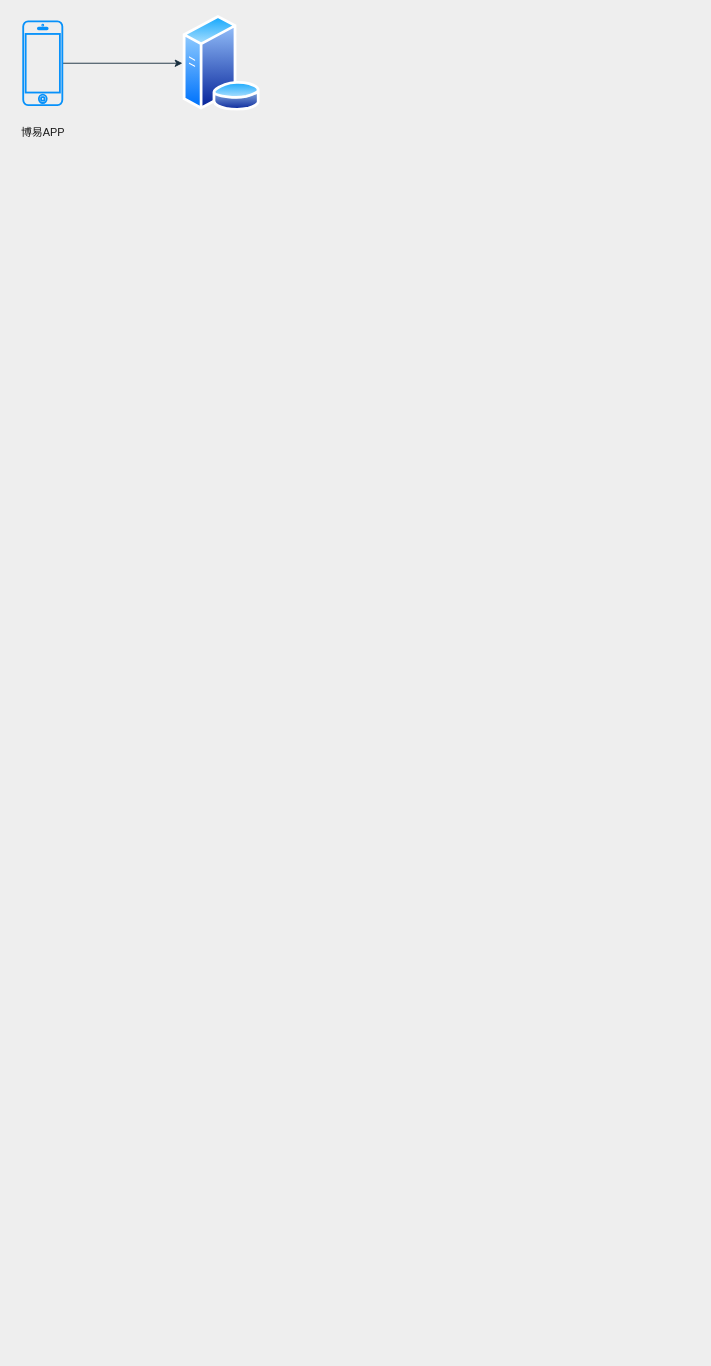
The draw.io diagram 资管原理图.drawio in ammengke/my-drawio, before the edit. Source tidied: cells renumbered, new cells numbered last; positions are measured from the earlier drawing's top-left corner, leaving out a move shared by most shapes. Both pictures are drawn from the tidied source at 91%, with x=0, y=0 at pixel (15, 15).
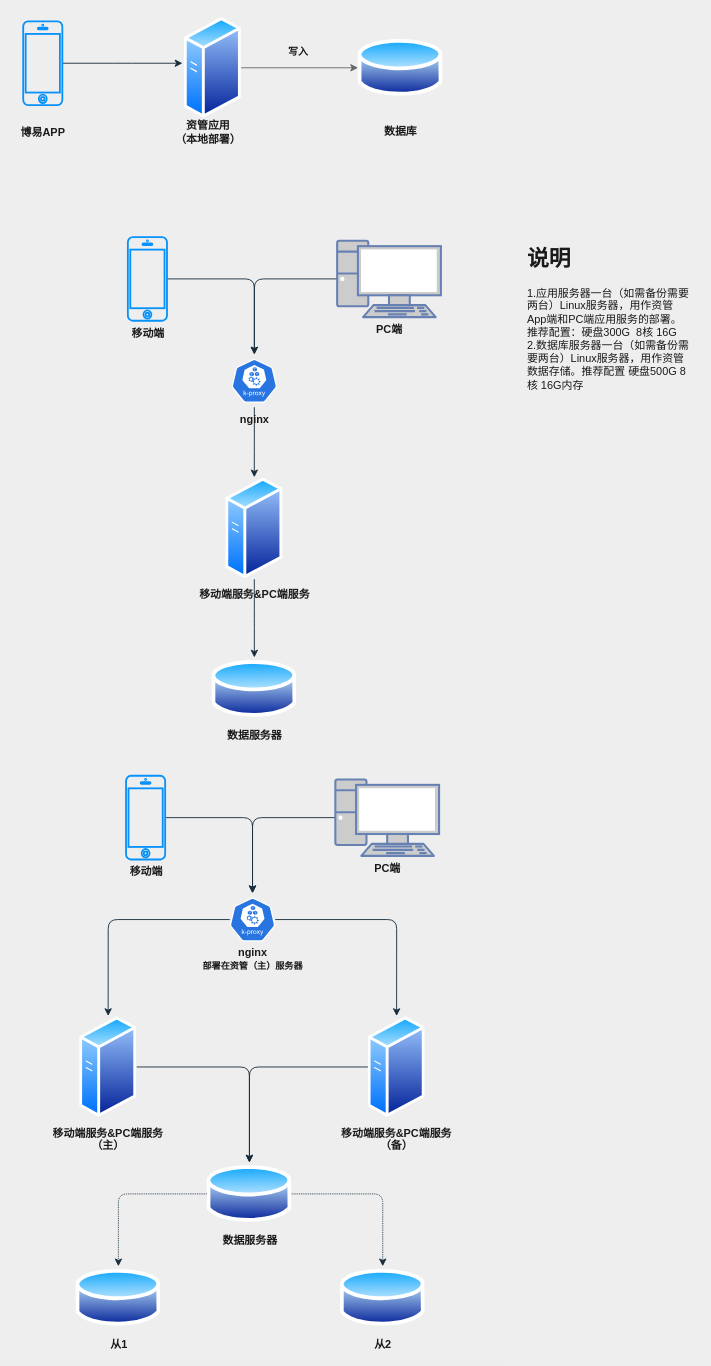
After the change.

Commit message (it also covers changes not shown here):
更新资管原理图.drawio

What changed in the source:
```diff
@@
-    <mxCell id="2" style="edgeStyle=orthogonalEdgeStyle;curved=0;rounded=1;sketch=0;jettySize=auto;html=1;fontColor=#1A1A1A;strokeColor=#182E3E;" parent="1" edge="1" source="3" target="5">
-      <mxGeometry relative="1" as="geometry" />
+    <mxCell id="2" style="edgeStyle=orthogonalEdgeStyle;curved=0;rounded=1;sketch=0;jettySize=auto;html=1;fontColor=#1A1A1A;strokeColor=#182E3E;fontStyle=1;" parent="1" edge="1" source="3">
+      <mxGeometry relative="1" as="geometry">
+        <mxPoint x="183" y="53" as="targetPoint" />
+      </mxGeometry>
     </mxCell>
-    <mxCell id="3" style="html=1;verticalLabelPosition=bottom;labelBackgroundColor=#ffffff;verticalAlign=top;shadow=0;dashed=0;strokeWidth=2;shape=mxgraph.ios7.misc.iphone;strokeColor=#0791FA;rounded=0;sketch=0;fontColor=#1A1A1A;fillColor=none;" parent="1" vertex="1">
+    <mxCell id="3" style="html=1;verticalLabelPosition=bottom;labelBackgroundColor=#ffffff;verticalAlign=top;shadow=0;dashed=0;strokeWidth=2;shape=mxgraph.ios7.misc.iphone;strokeColor=#0791FA;rounded=0;sketch=0;fontColor=#1A1A1A;fillColor=none;fontStyle=1;" parent="1" vertex="1">
       <mxGeometry x="8" y="7" width="43" height="92" as="geometry" />
     </mxCell>
-    <mxCell id="4" value="博易APP" style="text;html=1;strokeColor=none;fillColor=none;align=center;verticalAlign=middle;whiteSpace=wrap;rounded=0;sketch=0;fontColor=#1A1A1A;" parent="1" vertex="1">
+    <mxCell id="4" value="博易APP" style="text;html=1;strokeColor=none;fillColor=none;align=center;verticalAlign=middle;whiteSpace=wrap;rounded=0;sketch=0;fontColor=#1A1A1A;fontStyle=1;" parent="1" vertex="1">
       <mxGeometry y="114" width="60" height="30" as="geometry" />
     </mxCell>
-    <mxCell id="5" style="perimeter=ellipsePerimeter;html=1;align=center;shadow=0;dashed=0;spacingTop=3;image;image=img/lib/active_directory/database_server.svg;rounded=0;sketch=0;fontColor=#1A1A1A;strokeColor=#0791FA;strokeWidth=2;fillColor=none;" parent="1" vertex="1">
-      <mxGeometry x="183" y="0.5" width="86.1" height="105" as="geometry" />
-    </mxCell>
+    <mxCell id="6" value="写入" style="edgeStyle=orthogonalEdgeStyle;curved=0;rounded=1;sketch=0;jettySize=auto;html=1;fontColor=#1A1A1A;fillColor=#f5f5f5;strokeColor=#666666;labelBackgroundColor=none;fontStyle=1;" parent="1" edge="1" source="7" target="9">
+      <mxGeometry x="-0.03" y="18" relative="1" as="geometry" />
+    </mxCell>
+    <mxCell id="7" style="perimeter=ellipsePerimeter;html=1;align=center;shadow=0;dashed=0;spacingTop=3;image;image=img/lib/active_directory/generic_server.svg;rounded=0;sketch=0;fontColor=#1A1A1A;strokeColor=#0791FA;strokeWidth=2;fillColor=none;fontStyle=1;" parent="1" vertex="1">
+      <mxGeometry x="185" y="2" width="62.7" height="112" as="geometry" />
+    </mxCell>
+    <mxCell id="8" value="资管应用&lt;br&gt;（本地部署）" style="text;html=1;strokeColor=none;fillColor=none;align=center;verticalAlign=middle;whiteSpace=wrap;rounded=0;sketch=0;fontColor=#1A1A1A;fontStyle=1;" parent="1" vertex="1">
+      <mxGeometry x="166" y="114" width="91" height="29" as="geometry" />
+    </mxCell>
+    <mxCell id="9" style="perimeter=ellipsePerimeter;html=1;align=center;shadow=0;dashed=0;spacingTop=3;image;image=img/lib/active_directory/database.svg;rounded=0;sketch=0;fontColor=#1A1A1A;strokeColor=#0791FA;strokeWidth=2;fillColor=none;fontStyle=1;" parent="1" vertex="1">
+      <mxGeometry x="376" y="23.5" width="93.2" height="69" as="geometry" />
+    </mxCell>
+    <mxCell id="10" value="数据库" style="text;html=1;strokeColor=none;fillColor=none;align=center;verticalAlign=middle;whiteSpace=wrap;rounded=0;sketch=0;fontColor=#1A1A1A;fontStyle=1;" parent="1" vertex="1">
+      <mxGeometry x="393" y="113" width="60" height="30" as="geometry" />
+    </mxCell>
+    <mxCell id="11" style="edgeStyle=orthogonalEdgeStyle;curved=0;rounded=1;sketch=0;jettySize=auto;html=1;labelBackgroundColor=none;fontColor=#1A1A1A;strokeColor=#182E3E;" parent="1" edge="1" source="12" target="19">
+      <mxGeometry relative="1" as="geometry" />
+    </mxCell>
+    <mxCell id="12" value="移动端服务&amp;amp;PC端服务" style="perimeter=ellipsePerimeter;html=1;align=center;shadow=0;dashed=0;spacingTop=3;image;image=img/lib/active_directory/generic_server.svg;rounded=0;sketch=0;fontColor=#1A1A1A;strokeColor=#0791FA;strokeWidth=2;fillColor=none;fontStyle=1;labelBackgroundColor=none;" parent="1" vertex="1">
+      <mxGeometry x="230.6" y="508" width="62.7" height="112" as="geometry" />
+    </mxCell>
+    <mxCell id="13" style="edgeStyle=orthogonalEdgeStyle;curved=0;rounded=1;sketch=0;jettySize=auto;html=1;entryX=0.5;entryY=0;entryDx=0;entryDy=0;entryPerimeter=0;labelBackgroundColor=none;fontColor=#1A1A1A;strokeColor=#182E3E;fontStyle=1;" parent="1" edge="1" source="14" target="18">
+      <mxGeometry relative="1" as="geometry" />
+    </mxCell>
+    <mxCell id="14" value="移动端" style="html=1;verticalLabelPosition=bottom;labelBackgroundColor=none;verticalAlign=top;shadow=0;dashed=0;strokeWidth=2;shape=mxgraph.ios7.misc.iphone;strokeColor=#0791FA;rounded=0;sketch=0;fontColor=#1A1A1A;fillColor=none;fontStyle=1;" parent="1" vertex="1">
+      <mxGeometry x="123" y="244" width="43" height="92" as="geometry" />
+    </mxCell>
+    <mxCell id="15" style="edgeStyle=orthogonalEdgeStyle;curved=0;rounded=1;sketch=0;jettySize=auto;html=1;entryX=0.5;entryY=0;entryDx=0;entryDy=0;entryPerimeter=0;labelBackgroundColor=none;fontColor=#1A1A1A;strokeColor=#182E3E;fontStyle=1;" parent="1" edge="1" source="16" target="18">
+      <mxGeometry relative="1" as="geometry" />
+    </mxCell>
+    <mxCell id="16" value="PC端" style="fontColor=#1A1A1A;verticalAlign=top;verticalLabelPosition=bottom;labelPosition=center;align=center;html=1;outlineConnect=0;fillColor=#CCCCCC;strokeColor=#6881B3;gradientColor=none;gradientDirection=north;strokeWidth=2;shape=mxgraph.networks.pc;rounded=0;sketch=0;fontStyle=1;labelBackgroundColor=none;" parent="1" vertex="1">
+      <mxGeometry x="353" y="248" width="114" height="84" as="geometry" />
+    </mxCell>
+    <mxCell id="17" style="edgeStyle=orthogonalEdgeStyle;curved=0;rounded=1;sketch=0;jettySize=auto;html=1;labelBackgroundColor=none;fontColor=#1A1A1A;strokeColor=#182E3E;fontStyle=1;" parent="1" edge="1" source="18" target="12">
+      <mxGeometry relative="1" as="geometry" />
+    </mxCell>
+    <mxCell id="18" value="&lt;br&gt;&lt;br&gt;&lt;br&gt;&lt;br&gt;&lt;br&gt;&lt;br&gt;nginx" style="sketch=0;html=1;dashed=0;whitespace=wrap;fillColor=#2875E2;strokeColor=#ffffff;points=[[0.005,0.63,0],[0.1,0.2,0],[0.9,0.2,0],[0.5,0,0],[0.995,0.63,0],[0.72,0.99,0],[0.5,1,0],[0.28,0.99,0]];shape=mxgraph.kubernetes.icon;prIcon=k_proxy;rounded=0;fontColor=#1A1A1A;fontStyle=1;labelBackgroundColor=none;" parent="1" vertex="1">
+      <mxGeometry x="237" y="373" width="50" height="58" as="geometry" />
+    </mxCell>
+    <mxCell id="19" value="数据服务器" style="perimeter=ellipsePerimeter;html=1;align=center;shadow=0;dashed=0;spacingTop=3;image;image=img/lib/active_directory/database.svg;rounded=0;sketch=0;fontColor=#1A1A1A;strokeColor=#0791FA;strokeWidth=2;fillColor=none;fontStyle=1;labelBackgroundColor=none;" parent="1" vertex="1">
+      <mxGeometry x="215.4" y="706" width="93.2" height="69" as="geometry" />
+    </mxCell>
+    <mxCell id="20" value="&lt;h1&gt;说明&lt;/h1&gt;&lt;div&gt;1.应用服务器一台（如需备份需要两台）Linux服务器，用作资管App端和PC端应用服务的部署。&lt;/div&gt;&lt;div&gt;推荐配置：硬盘300G&amp;nbsp; 8核 16G&lt;/div&gt;&lt;div&gt;2.数据库服务器一台（如需备份需要两台）Linux服务器，用作资管数据存储。推荐配置 硬盘500G 8核 16G内存&lt;/div&gt;" style="text;html=1;strokeColor=none;fillColor=none;spacing=5;spacingTop=-20;whiteSpace=wrap;overflow=hidden;rounded=0;labelBackgroundColor=none;sketch=0;fontColor=#1A1A1A;" parent="1" vertex="1">
+      <mxGeometry x="557" y="248" width="190" height="194" as="geometry" />
+    </mxCell>
+    <mxCell id="21" style="edgeStyle=orthogonalEdgeStyle;curved=0;rounded=1;sketch=0;jettySize=auto;html=1;labelBackgroundColor=none;fontColor=#1A1A1A;strokeColor=#182E3E;" parent="1" edge="1" source="22" target="32">
+      <mxGeometry relative="1" as="geometry" />
+    </mxCell>
+    <mxCell id="22" value="移动端服务&amp;amp;PC端服务&lt;br&gt;（主）" style="perimeter=ellipsePerimeter;html=1;align=center;shadow=0;dashed=0;spacingTop=3;image;image=img/lib/active_directory/generic_server.svg;rounded=0;sketch=0;fontColor=#1A1A1A;strokeColor=#0791FA;strokeWidth=2;fillColor=none;fontStyle=1;labelBackgroundColor=none;" parent="1" vertex="1">
+      <mxGeometry x="70" y="1100" width="62.7" height="112" as="geometry" />
+    </mxCell>
+    <mxCell id="23" style="edgeStyle=orthogonalEdgeStyle;curved=0;rounded=1;sketch=0;jettySize=auto;html=1;entryX=0.5;entryY=0;entryDx=0;entryDy=0;entryPerimeter=0;labelBackgroundColor=none;fontColor=#1A1A1A;strokeColor=#182E3E;fontStyle=1;" parent="1" edge="1" source="24" target="29">
+      <mxGeometry relative="1" as="geometry" />
+    </mxCell>
+    <mxCell id="24" value="移动端" style="html=1;verticalLabelPosition=bottom;labelBackgroundColor=none;verticalAlign=top;shadow=0;dashed=0;strokeWidth=2;shape=mxgraph.ios7.misc.iphone;strokeColor=#0791FA;rounded=0;sketch=0;fontColor=#1A1A1A;fillColor=none;fontStyle=1;" parent="1" vertex="1">
+      <mxGeometry x="121" y="836" width="43" height="92" as="geometry" />
+    </mxCell>
+    <mxCell id="25" style="edgeStyle=orthogonalEdgeStyle;curved=0;rounded=1;sketch=0;jettySize=auto;html=1;entryX=0.5;entryY=0;entryDx=0;entryDy=0;entryPerimeter=0;labelBackgroundColor=none;fontColor=#1A1A1A;strokeColor=#182E3E;fontStyle=1;" parent="1" edge="1" source="26" target="29">
+      <mxGeometry relative="1" as="geometry" />
+    </mxCell>
+    <mxCell id="26" value="PC端" style="fontColor=#1A1A1A;verticalAlign=top;verticalLabelPosition=bottom;labelPosition=center;align=center;html=1;outlineConnect=0;fillColor=#CCCCCC;strokeColor=#6881B3;gradientColor=none;gradientDirection=north;strokeWidth=2;shape=mxgraph.networks.pc;rounded=0;sketch=0;fontStyle=1;labelBackgroundColor=none;" parent="1" vertex="1">
+      <mxGeometry x="351" y="840" width="114" height="84" as="geometry" />
+    </mxCell>
+    <mxCell id="27" style="edgeStyle=orthogonalEdgeStyle;curved=0;rounded=1;sketch=0;jettySize=auto;html=1;labelBackgroundColor=none;fontColor=#1A1A1A;strokeColor=#182E3E;fontStyle=1;" parent="1" edge="1" source="29" target="22">
+      <mxGeometry relative="1" as="geometry" />
+    </mxCell>
+    <mxCell id="28" style="edgeStyle=orthogonalEdgeStyle;curved=0;rounded=1;sketch=0;jettySize=auto;html=1;labelBackgroundColor=none;fontColor=#1A1A1A;strokeColor=#182E3E;" parent="1" edge="1" source="29" target="34">
+      <mxGeometry relative="1" as="geometry" />
+    </mxCell>
+    <mxCell id="29" value="&lt;br&gt;&lt;br&gt;&lt;br&gt;&lt;br&gt;&lt;br&gt;&lt;br&gt;nginx&lt;br&gt;&lt;font style=&quot;font-size: 10px;&quot;&gt;部署在资管（主）服务器&lt;/font&gt;" style="sketch=0;html=1;dashed=0;whitespace=wrap;fillColor=#2875E2;strokeColor=#ffffff;points=[[0.005,0.63,0],[0.1,0.2,0],[0.9,0.2,0],[0.5,0,0],[0.995,0.63,0],[0.72,0.99,0],[0.5,1,0],[0.28,0.99,0]];shape=mxgraph.kubernetes.icon;prIcon=k_proxy;rounded=0;fontColor=#1A1A1A;fontStyle=1;labelBackgroundColor=none;" parent="1" vertex="1">
+      <mxGeometry x="235" y="965" width="50" height="58" as="geometry" />
+    </mxCell>
+    <mxCell id="30" style="edgeStyle=orthogonalEdgeStyle;curved=0;rounded=1;sketch=0;jettySize=auto;html=1;labelBackgroundColor=none;fontColor=#1A1A1A;strokeColor=#182E3E;dashed=1;dashPattern=1 1;" parent="1" edge="1" source="32" target="35">
+      <mxGeometry relative="1" as="geometry" />
+    </mxCell>
+    <mxCell id="31" style="edgeStyle=orthogonalEdgeStyle;curved=0;rounded=1;sketch=0;jettySize=auto;html=1;labelBackgroundColor=none;fontColor=#1A1A1A;strokeColor=#182E3E;dashed=1;dashPattern=1 1;" parent="1" edge="1" source="32" target="36">
+      <mxGeometry relative="1" as="geometry" />
+    </mxCell>
+    <mxCell id="32" value="数据服务器" style="perimeter=ellipsePerimeter;html=1;align=center;shadow=0;dashed=0;spacingTop=3;image;image=img/lib/active_directory/database.svg;rounded=0;sketch=0;fontColor=#1A1A1A;strokeColor=#0791FA;strokeWidth=2;fillColor=none;fontStyle=1;labelBackgroundColor=none;" parent="1" vertex="1">
+      <mxGeometry x="210" y="1261" width="93.2" height="69" as="geometry" />
+    </mxCell>
+    <mxCell id="33" style="edgeStyle=orthogonalEdgeStyle;curved=0;rounded=1;sketch=0;jettySize=auto;html=1;labelBackgroundColor=none;fontColor=#1A1A1A;strokeColor=#182E3E;" parent="1" edge="1" source="34" target="32">
+      <mxGeometry relative="1" as="geometry" />
+    </mxCell>
+    <mxCell id="34" value="移动端服务&amp;amp;PC端服务&lt;br&gt;（备）" style="perimeter=ellipsePerimeter;html=1;align=center;shadow=0;dashed=0;spacingTop=3;image;image=img/lib/active_directory/generic_server.svg;rounded=0;sketch=0;fontColor=#1A1A1A;strokeColor=#0791FA;strokeWidth=2;fillColor=none;fontStyle=1;labelBackgroundColor=none;" parent="1" vertex="1">
+      <mxGeometry x="387" y="1100" width="62.7" height="112" as="geometry" />
+    </mxCell>
+    <mxCell id="35" value="从1" style="perimeter=ellipsePerimeter;html=1;align=center;shadow=0;dashed=0;spacingTop=3;image;image=img/lib/active_directory/database.svg;rounded=0;sketch=0;fontColor=#1A1A1A;strokeColor=#0791FA;strokeWidth=2;fillColor=none;fontStyle=1;labelBackgroundColor=none;" parent="1" vertex="1">
+      <mxGeometry x="66" y="1375" width="93.2" height="69" as="geometry" />
+    </mxCell>
+    <mxCell id="36" value="从2" style="perimeter=ellipsePerimeter;html=1;align=center;shadow=0;dashed=0;spacingTop=3;image;image=img/lib/active_directory/database.svg;rounded=0;sketch=0;fontColor=#1A1A1A;strokeColor=#0791FA;strokeWidth=2;fillColor=none;fontStyle=1;labelBackgroundColor=none;" parent="1" vertex="1">
+      <mxGeometry x="356.5" y="1375" width="93.2" height="69" as="geometry" />
+    </mxCell>
```
